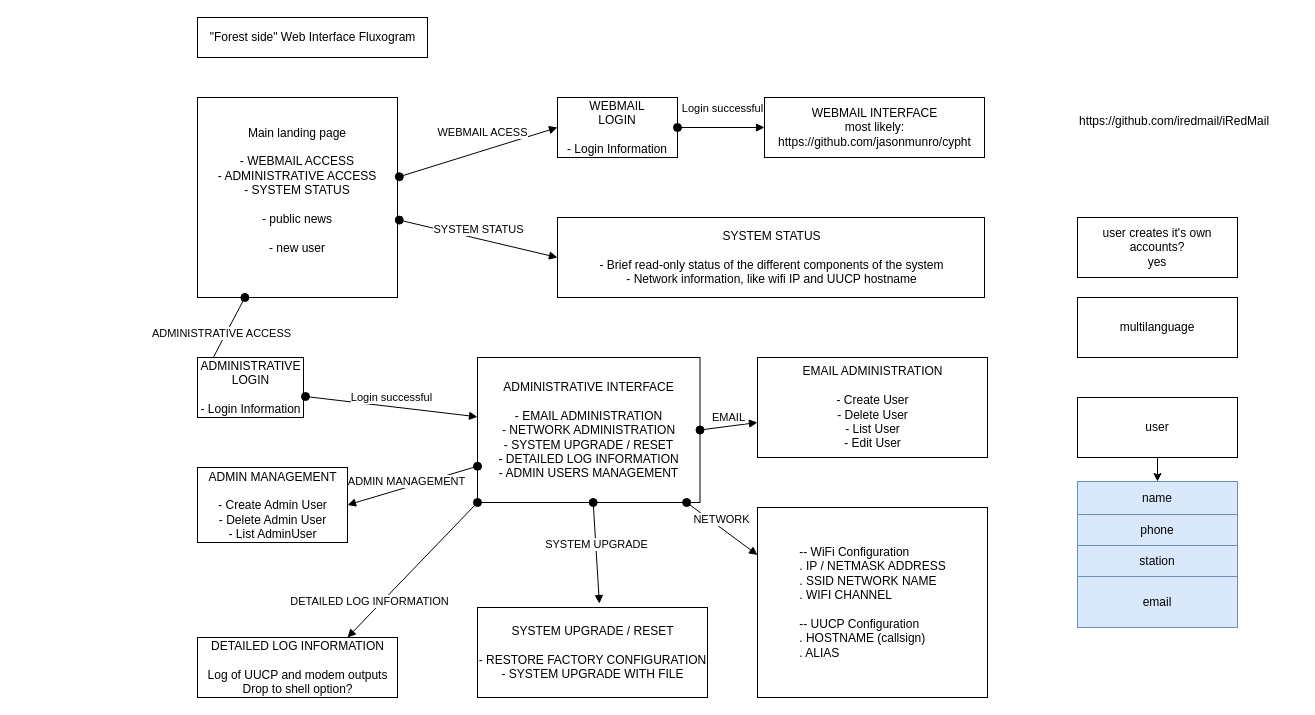
Before: interface_fluxogram.drawio in DigitalHERMES/interface, a draw.io diagram. Source tidied: cells renumbered, new cells numbered last; positions are measured from the earlier drawing's top-left corner, leaving out a move shared by most shapes. Both pictures are drawn from the tidied source at 100%, with x=0, y=0 at pixel (197, 17).
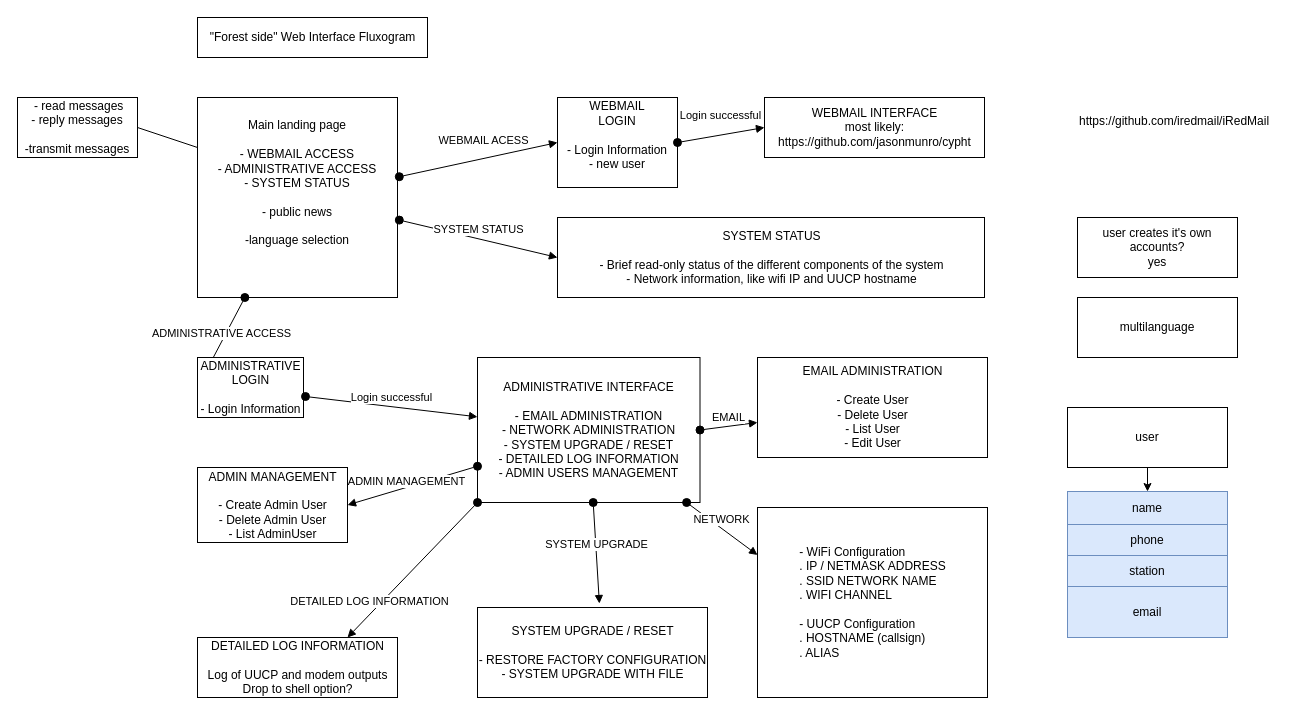
The same diagram, later.

The edit, as a diff of the source:
```diff
@@
-    <mxCell id="2" value="&lt;div&gt;Main landing page&lt;/div&gt;&lt;div&gt;&lt;br&gt;&lt;/div&gt;&lt;div&gt;- WEBMAIL ACCESS&lt;/div&gt;&lt;div&gt;- ADMINISTRATIVE ACCESS&lt;/div&gt;&lt;div&gt;- SYSTEM STATUS&lt;br&gt;&lt;/div&gt;&lt;div&gt;&lt;br&gt;&lt;/div&gt;&lt;div&gt;- public news&lt;/div&gt;&lt;div&gt;&lt;br&gt;&lt;/div&gt;&lt;div&gt;- new user&lt;/div&gt;&lt;div&gt;&lt;br&gt;&lt;/div&gt;" style="whiteSpace=wrap;html=1;" parent="1" vertex="1">
+    <mxCell id="2" value="&lt;div&gt;Main landing page&lt;/div&gt;&lt;div&gt;&lt;br&gt;&lt;/div&gt;&lt;div&gt;- WEBMAIL ACCESS&lt;/div&gt;&lt;div&gt;- ADMINISTRATIVE ACCESS&lt;/div&gt;&lt;div&gt;- SYSTEM STATUS&lt;br&gt;&lt;/div&gt;&lt;div&gt;&lt;br&gt;&lt;/div&gt;&lt;div&gt;- public news&lt;/div&gt;&lt;div&gt;&lt;br&gt;&lt;/div&gt;&lt;div&gt;-language selection&lt;/div&gt;&lt;div&gt;&lt;br&gt;&lt;/div&gt;&lt;div&gt;&lt;br&gt;&lt;/div&gt;" style="whiteSpace=wrap;html=1;" parent="1" vertex="1">
       <mxGeometry y="80" width="200" height="200" as="geometry" />
     </mxCell>
-    <mxCell id="3" value="&lt;div&gt;WEBMAIL&lt;/div&gt;&lt;div&gt;LOGIN&lt;br&gt;&lt;/div&gt;&lt;div&gt;&lt;br&gt;&lt;/div&gt;&lt;div&gt;- Login Information&lt;/div&gt;" style="rounded=0;whiteSpace=wrap;html=1;" parent="1" vertex="1">
-      <mxGeometry x="360" y="80" width="120" height="60" as="geometry" />
+    <mxCell id="3" value="&lt;div&gt;WEBMAIL&lt;/div&gt;&lt;div&gt;LOGIN&lt;br&gt;&lt;/div&gt;&lt;div&gt;&lt;br&gt;&lt;/div&gt;&lt;div&gt;- Login Information&lt;/div&gt;&lt;div&gt;&lt;div&gt;- new user&lt;/div&gt;&lt;div&gt;&lt;br&gt;&lt;/div&gt;&lt;/div&gt;" style="rounded=0;whiteSpace=wrap;html=1;" parent="1" vertex="1">
+      <mxGeometry x="360" y="80" width="120" height="90" as="geometry" />
     </mxCell>
@@
-    <mxCell id="16" value="&lt;div align=&quot;left&quot;&gt;-- WiFi Configuration&lt;/div&gt;&lt;div align=&quot;left&quot;&gt;. IP / NETMASK ADDRESS&lt;/div&gt;&lt;div align=&quot;left&quot;&gt;. SSID NETWORK NAME&lt;/div&gt;&lt;div align=&quot;left&quot;&gt;. WIFI CHANNEL&lt;/div&gt;&lt;div align=&quot;left&quot;&gt;&lt;br&gt;&lt;/div&gt;&lt;div align=&quot;left&quot;&gt;-- UUCP Configuration&lt;/div&gt;&lt;div align=&quot;left&quot;&gt;. HOSTNAME (callsign)&lt;br&gt;&lt;/div&gt;&lt;div align=&quot;left&quot;&gt;. ALIAS&lt;br&gt;&lt;/div&gt;" style="html=1;" parent="1" vertex="1">
+    <mxCell id="16" value="&lt;div align=&quot;left&quot;&gt;- WiFi Configuration&lt;/div&gt;&lt;div align=&quot;left&quot;&gt;. IP / NETMASK ADDRESS&lt;/div&gt;&lt;div align=&quot;left&quot;&gt;. SSID NETWORK NAME&lt;/div&gt;&lt;div align=&quot;left&quot;&gt;. WIFI CHANNEL&lt;/div&gt;&lt;div align=&quot;left&quot;&gt;&lt;br&gt;&lt;/div&gt;&lt;div align=&quot;left&quot;&gt;- UUCP Configuration&lt;/div&gt;&lt;div align=&quot;left&quot;&gt;. HOSTNAME (callsign)&lt;br&gt;&lt;/div&gt;&lt;div align=&quot;left&quot;&gt;. ALIAS&lt;br&gt;&lt;/div&gt;" style="html=1;" parent="1" vertex="1">
       <mxGeometry x="560" y="490" width="230" height="190" as="geometry" />
     </mxCell>
@@
     <mxCell id="28" value="user" style="rounded=0;whiteSpace=wrap;html=1;" parent="1" vertex="1">
-      <mxGeometry x="880" y="380" width="160" height="60" as="geometry" />
+      <mxGeometry x="870" y="390" width="160" height="60" as="geometry" />
     </mxCell>
     <mxCell id="29" value="name" style="rounded=0;whiteSpace=wrap;html=1;fillColor=#dae8fc;strokeColor=#6c8ebf;" parent="1" vertex="1">
-      <mxGeometry x="880" y="464" width="160" height="33" as="geometry" />
+      <mxGeometry x="870" y="474" width="160" height="33" as="geometry" />
     </mxCell>
     <mxCell id="30" value="phone" style="rounded=0;whiteSpace=wrap;html=1;fillColor=#dae8fc;strokeColor=#6c8ebf;" parent="1" vertex="1">
-      <mxGeometry x="880" y="497" width="160" height="31" as="geometry" />
+      <mxGeometry x="870" y="507" width="160" height="31" as="geometry" />
     </mxCell>
@@
     <mxCell id="32" value="station" style="rounded=0;whiteSpace=wrap;html=1;fillColor=#dae8fc;strokeColor=#6c8ebf;" parent="1" vertex="1">
-      <mxGeometry x="880" y="528" width="160" height="31" as="geometry" />
+      <mxGeometry x="870" y="538" width="160" height="31" as="geometry" />
     </mxCell>
     <mxCell id="33" value="email" style="rounded=0;whiteSpace=wrap;html=1;fillColor=#dae8fc;strokeColor=#6c8ebf;" parent="1" vertex="1">
-      <mxGeometry x="880" y="559" width="160" height="51" as="geometry" />
+      <mxGeometry x="870" y="569" width="160" height="51" as="geometry" />
     </mxCell>
@@
+    <mxCell id="35" value="&amp;nbsp;- read messages&lt;br&gt;- reply messages&lt;br&gt;&lt;br&gt;-transmit messages" style="rounded=0;whiteSpace=wrap;html=1;" parent="1" vertex="1">
+      <mxGeometry x="-180" y="80" width="120" height="60" as="geometry" />
+    </mxCell>
+    <mxCell id="36" style="endArrow=none;html=1;entryX=0;entryY=0.25;entryDx=0;entryDy=0;exitX=1;exitY=0.5;exitDx=0;exitDy=0;" parent="1" edge="1" source="35" target="2">
+      <mxGeometry relative="1" as="geometry" />
+    </mxCell>
```
